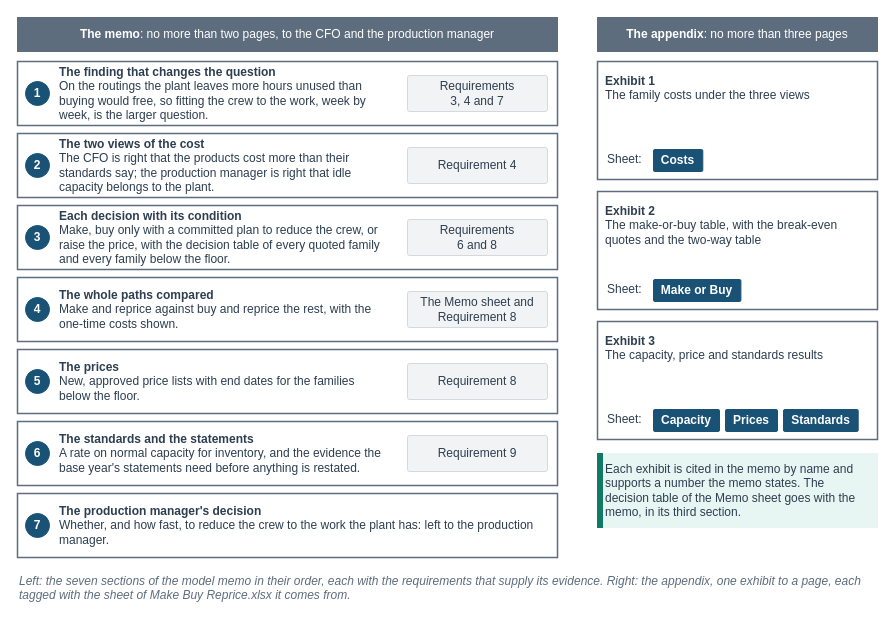
Earlier version of the draw.io diagram facts/instructor/figures/chapter-18-make-buy-or-reprice/IF-18-10-B.drawio (mmcodesso/Accounting_Analytics_Book). Source tidied: cells renumbered, new cells numbered last; positions are measured from the earlier drawing's top-left corner, leaving out a move shared by most shapes. Both pictures are drawn from the tidied source at 100%, with x=0, y=0 at pixel (17, 17).
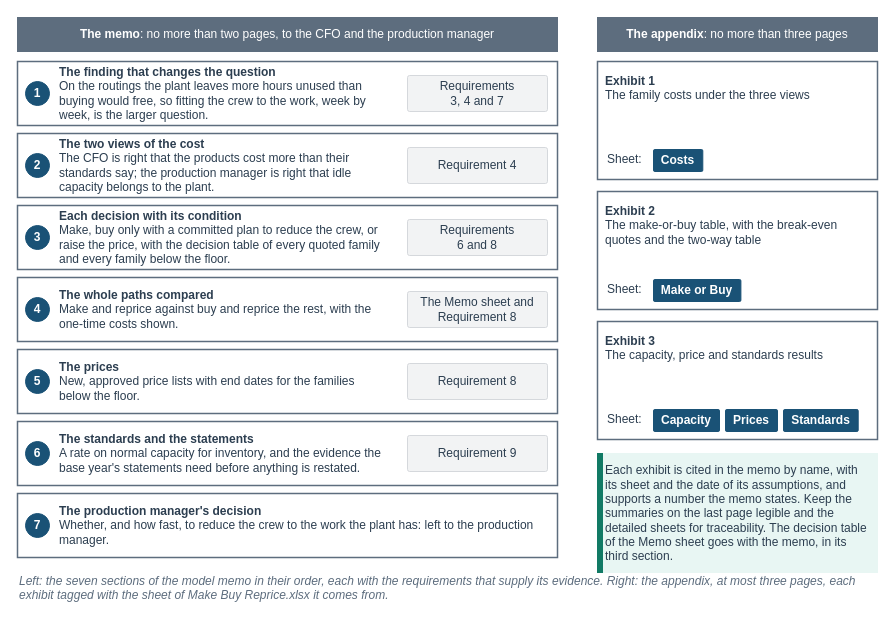
The same diagram, later.

The edit, as a diff of the source:
```diff
@@
-    <mxCell id="46" value="Each exhibit is cited in the memo by name and supports a number the memo states. The decision table of the Memo sheet goes with the memo, in its third section." style="rounded=0;arcSize=6;whiteSpace=wrap;html=1;fillColor=#E8F6F3;strokeColor=#E8F6F3;strokeWidth=1;fontColor=#2C3E50;fontSize=12;fontStyle=0;align=left;verticalAlign=middle;fontFamily=Helvetica;spacingLeft=6;spacingRight=6;" parent="1" vertex="1">
-      <mxGeometry x="580" y="436" width="280" height="74" as="geometry" />
+    <mxCell id="46" value="Each exhibit is cited in the memo by name, with its sheet and the date of its assumptions, and supports a number the memo states. Keep the summaries on the last page legible and the detailed sheets for traceability. The decision table of the Memo sheet goes with the memo, in its third section." style="rounded=0;arcSize=6;whiteSpace=wrap;html=1;fillColor=#E8F6F3;strokeColor=#E8F6F3;strokeWidth=1;fontColor=#2C3E50;fontSize=12;fontStyle=0;align=left;verticalAlign=middle;fontFamily=Helvetica;spacingLeft=6;spacingRight=6;" parent="1" vertex="1">
+      <mxGeometry x="580" y="436" width="280" height="119" as="geometry" />
     </mxCell>
     <mxCell id="47" style="rounded=0;arcSize=6;whiteSpace=wrap;html=1;fillColor=#117A65;strokeColor=#117A65;strokeWidth=1;fontColor=#2C3E50;fontSize=13;fontStyle=0;align=center;verticalAlign=middle;fontFamily=Helvetica;spacingLeft=6;spacingRight=6;" parent="1" vertex="1">
-      <mxGeometry x="580" y="436" width="5" height="74" as="geometry" />
+      <mxGeometry x="580" y="436" width="5" height="119" as="geometry" />
     </mxCell>
-    <mxCell id="48" value="&lt;i&gt;Left: the seven sections of the model memo in their order, each with the requirements that supply its evidence. Right: the appendix, one exhibit to a page, each tagged with the sheet of Make Buy Reprice.xlsx it comes from.&lt;/i&gt;" style="text;html=1;whiteSpace=wrap;align=left;verticalAlign=top;fontSize=12;fontColor=#5D6D7E;fontStyle=0;fontFamily=Helvetica;spacing=2;fillColor=none;strokeColor=none;" parent="1" vertex="1">
+    <mxCell id="48" value="&lt;i&gt;Left: the seven sections of the model memo in their order, each with the requirements that supply its evidence. Right: the appendix, at most three pages, each exhibit tagged with the sheet of Make Buy Reprice.xlsx it comes from.&lt;/i&gt;" style="text;html=1;whiteSpace=wrap;align=left;verticalAlign=top;fontSize=12;fontColor=#5D6D7E;fontStyle=0;fontFamily=Helvetica;spacing=2;fillColor=none;strokeColor=none;" parent="1" vertex="1">
       <mxGeometry y="550" width="860" height="38" as="geometry" />
     </mxCell>
```
